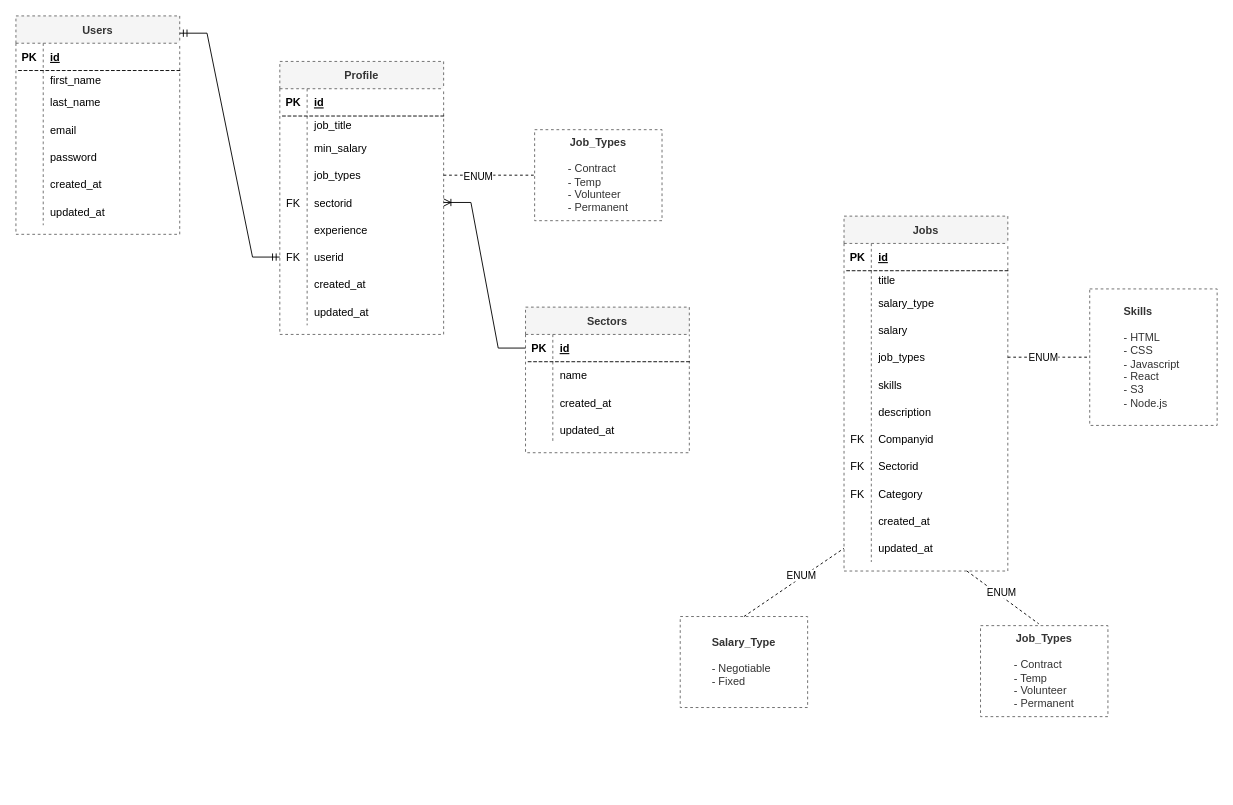
Earlier version of the draw.io diagram Untitled Diagram.drawio (Kascod/first-repo). Source tidied: cells renumbered, new cells numbered last; positions are measured from the earlier drawing's top-left corner, leaving out a move shared by most shapes. Both pictures are drawn from the tidied source at 91%, with x=0, y=0 at pixel (15, 15).
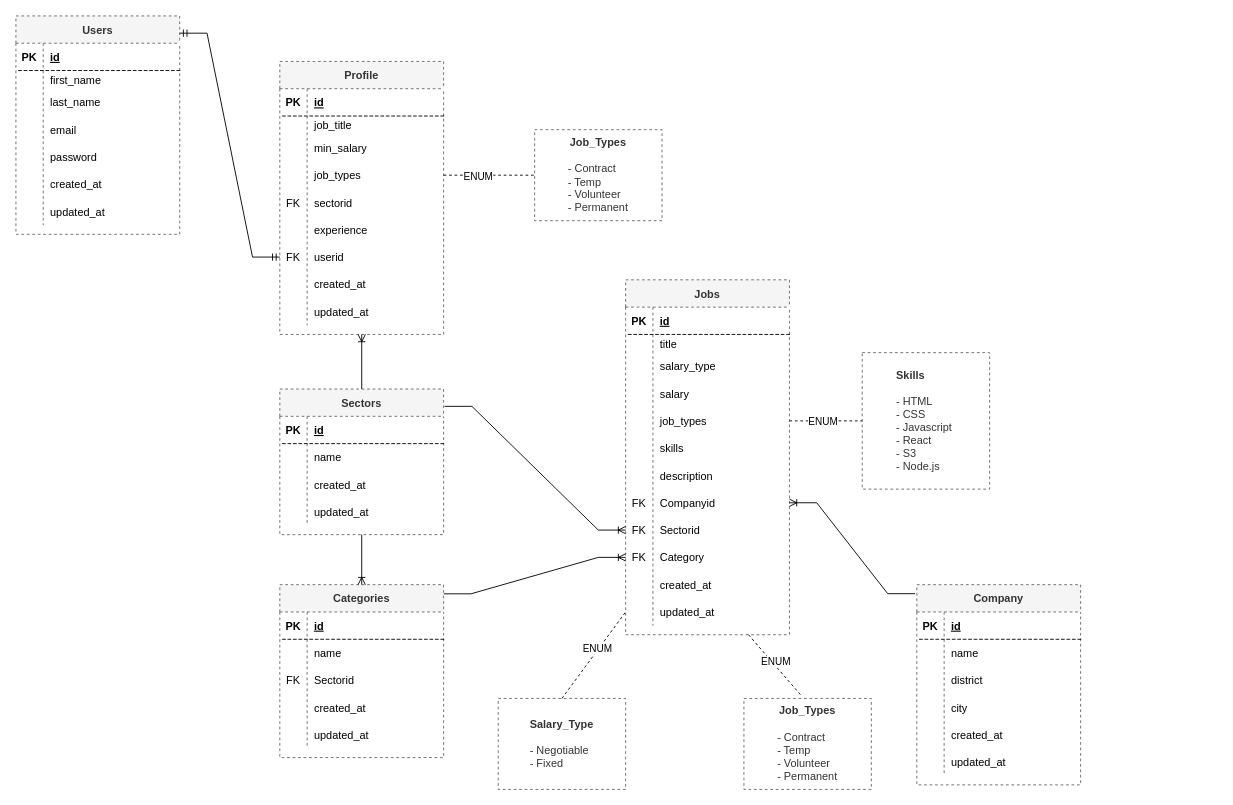
The same page after the edit.

The change refers to these unchanged cells:
```xml
<mxCell id="24" value="Profile" style="shape=table;startSize=30;childLayout=tableLayout;rowLines=0;fontStyle=1;align=center;dashed=1;fillColor=#f5f5f5;strokeColor=#666666;fontColor=#333333;" parent="1" vertex="1">
  <mxGeometry x="290" y="50" width="180" height="300" as="geometry" />
</mxCell>
<mxCell id="37" style="shape=tableRow;horizontal=0;startSize=0;swimlaneHead=0;swimlaneBody=0;fillColor=none;points=[[0,0.5],[1,0.5]];portConstraint=eastwest;top=0;left=0;right=0;bottom=0;dashed=1;" parent="24" vertex="1">
  <mxGeometry y="140" width="180" height="30" as="geometry" />
</mxCell>
<mxCell id="55" style="shape=tableRow;horizontal=0;startSize=0;swimlaneHead=0;swimlaneBody=0;fillColor=none;points=[[0,0.5],[1,0.5]];portConstraint=eastwest;top=0;left=0;right=0;bottom=1;dashed=1;" parent="54" vertex="1">
  <mxGeometry y="30" width="180" height="30" as="geometry" />
</mxCell>
<mxCell id="90" style="shape=tableRow;horizontal=0;startSize=0;swimlaneHead=0;swimlaneBody=0;fillColor=none;points=[[0,0.5],[1,0.5]];portConstraint=eastwest;top=0;left=0;right=0;bottom=0;dashed=1;" parent="68" vertex="1">
  <mxGeometry y="230" width="180" height="30" as="geometry" />
</mxCell>
<mxCell id="93" style="shape=tableRow;horizontal=0;startSize=0;swimlaneHead=0;swimlaneBody=0;fillColor=none;points=[[0,0.5],[1,0.5]];portConstraint=eastwest;top=0;left=0;right=0;bottom=0;dashed=1;" parent="68" vertex="1">
  <mxGeometry y="260" width="180" height="30" as="geometry" />
</mxCell>
<mxCell id="96" style="shape=tableRow;horizontal=0;startSize=0;swimlaneHead=0;swimlaneBody=0;fillColor=none;points=[[0,0.5],[1,0.5]];portConstraint=eastwest;top=0;left=0;right=0;bottom=0;dashed=1;" parent="68" vertex="1">
  <mxGeometry y="290" width="180" height="30" as="geometry" />
</mxCell>
```

The edit, as a diff of the source:
```diff
@@
     <mxCell id="54" value="Sectors" style="shape=table;startSize=30;childLayout=tableLayout;rowLines=0;fontStyle=1;align=center;dashed=1;fillColor=#f5f5f5;strokeColor=#666666;fontColor=#333333;" parent="1" vertex="1">
-      <mxGeometry x="560" y="320" width="180" height="160" as="geometry" />
+      <mxGeometry x="290" y="410" width="180" height="160" as="geometry" />
     </mxCell>
@@
-    <mxCell id="67" style="edgeStyle=entityRelationEdgeStyle;fontSize=12;html=1;endArrow=ERoneToMany;rounded=0;exitX=0;exitY=0.5;exitDx=0;exitDy=0;entryX=1;entryY=0.5;entryDx=0;entryDy=0;" parent="1" edge="1" source="55" target="37">
+    <mxCell id="67" style="fontSize=12;html=1;endArrow=ERoneToMany;rounded=0;exitX=0.5;exitY=0;exitDx=0;exitDy=0;entryX=0.5;entryY=1;entryDx=0;entryDy=0;" parent="1" edge="1" source="54" target="24">
       <mxGeometry relative="1" as="geometry" />
     </mxCell>
     <mxCell id="68" value="Jobs" style="shape=table;startSize=30;childLayout=tableLayout;rowLines=0;fontStyle=1;align=center;dashed=1;fillColor=#f5f5f5;strokeColor=#666666;fontColor=#333333;" parent="1" vertex="1">
-      <mxGeometry x="910" y="220" width="180" height="390" as="geometry" />
+      <mxGeometry x="670" y="290" width="180" height="390" as="geometry" />
     </mxCell>
@@
     <mxCell id="105" value="Job_Types&lt;br&gt;&lt;br&gt;&lt;div style=&quot;text-align: left;&quot;&gt;&lt;span style=&quot;font-weight: normal;&quot;&gt;- Contract&lt;/span&gt;&lt;/div&gt;&lt;span style=&quot;font-weight: normal;&quot;&gt;&lt;div style=&quot;text-align: left;&quot;&gt;- Temp&lt;/div&gt;&lt;div style=&quot;text-align: left;&quot;&gt;- Volunteer&lt;/div&gt;&lt;div style=&quot;text-align: left;&quot;&gt;- Permanent&lt;/div&gt;&lt;/span&gt;" style="whiteSpace=wrap;html=1;fillColor=#FFFFFF;strokeColor=#666666;fontColor=#333333;startSize=30;fontStyle=1;dashed=1;align=center;" parent="1" vertex="1">
-      <mxGeometry x="1060" y="670" width="140" height="100" as="geometry" />
+      <mxGeometry x="800" y="750" width="140" height="100" as="geometry" />
     </mxCell>
     <mxCell id="106" value="Salary_Type&lt;br&gt;&lt;br&gt;&lt;div style=&quot;text-align: left;&quot;&gt;&lt;span style=&quot;font-weight: normal;&quot;&gt;- Negotiable&lt;/span&gt;&lt;/div&gt;&lt;div style=&quot;text-align: left;&quot;&gt;&lt;span style=&quot;font-weight: normal;&quot;&gt;- Fixed&amp;nbsp;&lt;/span&gt;&lt;/div&gt;" style="whiteSpace=wrap;html=1;fillColor=#FFFFFF;strokeColor=#666666;fontColor=#333333;startSize=30;fontStyle=1;dashed=1;" parent="1" vertex="1">
-      <mxGeometry x="730" y="660" width="140" height="100" as="geometry" />
+      <mxGeometry x="530" y="750" width="140" height="100" as="geometry" />
     </mxCell>
     <mxCell id="107" value="&lt;div style=&quot;text-align: left;&quot;&gt;Skills&lt;/div&gt;&lt;div style=&quot;text-align: left;&quot;&gt;&lt;br&gt;&lt;/div&gt;&lt;span style=&quot;font-weight: normal;&quot;&gt;&lt;div style=&quot;text-align: left;&quot;&gt;- HTML&lt;/div&gt;&lt;div style=&quot;text-align: left;&quot;&gt;- CSS&amp;nbsp;&lt;/div&gt;&lt;div style=&quot;text-align: left;&quot;&gt;- Javascript&amp;nbsp;&lt;/div&gt;&lt;div style=&quot;text-align: left;&quot;&gt;- React&amp;nbsp;&lt;/div&gt;&lt;div style=&quot;text-align: left;&quot;&gt;- S3&amp;nbsp;&lt;/div&gt;&lt;div style=&quot;text-align: left;&quot;&gt;- Node.js&amp;nbsp;&lt;/div&gt;&lt;/span&gt;" style="whiteSpace=wrap;html=1;fillColor=#FFFFFF;strokeColor=#666666;fontColor=#333333;startSize=30;fontStyle=1;dashed=1;" parent="1" vertex="1">
-      <mxGeometry x="1180" y="300" width="140" height="150" as="geometry" />
+      <mxGeometry x="930" y="370" width="140" height="150" as="geometry" />
     </mxCell>
@@
+    <mxCell id="116" style="edgeStyle=entityRelationEdgeStyle;fontSize=12;html=1;endArrow=ERoneToMany;rounded=0;exitX=1.006;exitY=0.119;exitDx=0;exitDy=0;exitPerimeter=0;entryX=0;entryY=0.5;entryDx=0;entryDy=0;" parent="1" edge="1" source="54" target="93">
+      <mxGeometry relative="1" as="geometry" />
+    </mxCell>
+    <mxCell id="117" style="edgeStyle=entityRelationEdgeStyle;fontSize=12;html=1;endArrow=ERoneToMany;rounded=0;entryX=0;entryY=0.5;entryDx=0;entryDy=0;exitX=1;exitY=0.053;exitDx=0;exitDy=0;exitPerimeter=0;" parent="1" edge="1" source="118" target="96">
+      <mxGeometry relative="1" as="geometry" />
+    </mxCell>
+    <mxCell id="118" value="Categories" style="shape=table;startSize=30;childLayout=tableLayout;rowLines=0;fontStyle=1;align=center;dashed=1;fillColor=#f5f5f5;strokeColor=#666666;fontColor=#333333;" parent="1" vertex="1">
+      <mxGeometry x="290" y="625" width="180" height="190" as="geometry" />
+    </mxCell>
+    <mxCell id="119" style="shape=tableRow;horizontal=0;startSize=0;swimlaneHead=0;swimlaneBody=0;fillColor=none;top=0;left=0;right=0;bottom=1;dashed=1;" parent="118" vertex="1">
+      <mxGeometry y="30" width="180" height="30" as="geometry" />
+    </mxCell>
+    <mxCell id="120" value="PK" style="shape=partialRectangle;fillColor=none;top=0;left=0;bottom=0;right=0;fontStyle=1;overflow=hidden;dashed=1;" parent="119" vertex="1">
+      <mxGeometry width="30" height="30" as="geometry" />
+    </mxCell>
+    <mxCell id="121" value="id" style="shape=partialRectangle;fillColor=none;top=0;left=0;bottom=0;right=0;align=left;spacingLeft=6;fontStyle=5;overflow=hidden;dashed=1;" parent="119" vertex="1">
+      <mxGeometry x="30" width="150" height="30" as="geometry" />
+    </mxCell>
+    <mxCell id="122" style="shape=tableRow;horizontal=0;startSize=0;swimlaneHead=0;swimlaneBody=0;fillColor=none;top=0;left=0;right=0;bottom=0;dashed=1;" parent="118" vertex="1">
+      <mxGeometry y="60" width="180" height="30" as="geometry" />
+    </mxCell>
+    <mxCell id="123" style="shape=partialRectangle;fillColor=none;top=0;left=0;bottom=0;right=0;overflow=hidden;dashed=1;" parent="122" vertex="1">
+      <mxGeometry width="30" height="30" as="geometry" />
+    </mxCell>
+    <mxCell id="124" value="name" style="shape=partialRectangle;fillColor=none;top=0;left=0;bottom=0;right=0;align=left;spacingLeft=6;overflow=hidden;dashed=1;" parent="122" vertex="1">
+      <mxGeometry x="30" width="150" height="30" as="geometry" />
+    </mxCell>
+    <mxCell id="125" style="shape=tableRow;horizontal=0;startSize=0;swimlaneHead=0;swimlaneBody=0;fillColor=none;top=0;left=0;right=0;bottom=0;" parent="118" vertex="1">
+      <mxGeometry y="90" width="180" height="30" as="geometry" />
+    </mxCell>
+    <mxCell id="126" value="FK" style="shape=partialRectangle;fillColor=none;top=0;left=0;bottom=0;right=0;overflow=hidden;" parent="125" vertex="1">
+      <mxGeometry width="30" height="30" as="geometry" />
+    </mxCell>
+    <mxCell id="127" value="Sectorid" style="shape=partialRectangle;fillColor=none;top=0;left=0;bottom=0;right=0;align=left;spacingLeft=6;overflow=hidden;" parent="125" vertex="1">
+      <mxGeometry x="30" width="150" height="30" as="geometry" />
+    </mxCell>
+    <mxCell id="128" style="shape=tableRow;horizontal=0;startSize=0;swimlaneHead=0;swimlaneBody=0;fillColor=none;top=0;left=0;right=0;bottom=0;dashed=1;" parent="118" vertex="1">
+      <mxGeometry y="120" width="180" height="30" as="geometry" />
+    </mxCell>
+    <mxCell id="129" style="shape=partialRectangle;fillColor=none;top=0;left=0;bottom=0;right=0;overflow=hidden;dashed=1;" parent="128" vertex="1">
+      <mxGeometry width="30" height="30" as="geometry" />
+    </mxCell>
+    <mxCell id="130" value="created_at" style="shape=partialRectangle;fillColor=none;top=0;left=0;bottom=0;right=0;align=left;spacingLeft=6;overflow=hidden;dashed=1;" parent="128" vertex="1">
+      <mxGeometry x="30" width="150" height="30" as="geometry" />
+    </mxCell>
+    <mxCell id="131" style="shape=tableRow;horizontal=0;startSize=0;swimlaneHead=0;swimlaneBody=0;fillColor=none;top=0;left=0;right=0;bottom=0;dashed=1;" parent="118" vertex="1">
+      <mxGeometry y="150" width="180" height="30" as="geometry" />
+    </mxCell>
+    <mxCell id="132" style="shape=partialRectangle;fillColor=none;top=0;left=0;bottom=0;right=0;overflow=hidden;dashed=1;" parent="131" vertex="1">
+      <mxGeometry width="30" height="30" as="geometry" />
+    </mxCell>
+    <mxCell id="133" value="updated_at" style="shape=partialRectangle;fillColor=none;top=0;left=0;bottom=0;right=0;align=left;spacingLeft=6;overflow=hidden;dashed=1;" parent="131" vertex="1">
+      <mxGeometry x="30" width="150" height="30" as="geometry" />
+    </mxCell>
+    <mxCell id="134" style="fontSize=12;html=1;endArrow=ERoneToMany;rounded=0;entryX=0.5;entryY=0;entryDx=0;entryDy=0;exitX=0.5;exitY=1;exitDx=0;exitDy=0;" parent="1" edge="1" source="54" target="118">
+      <mxGeometry relative="1" as="geometry" />
+    </mxCell>
+    <mxCell id="135" value="Company" style="shape=table;startSize=30;childLayout=tableLayout;rowLines=0;fontStyle=1;align=center;dashed=1;fillColor=#f5f5f5;strokeColor=#666666;fontColor=#333333;" parent="1" vertex="1">
+      <mxGeometry x="990" y="625" width="180" height="220" as="geometry" />
+    </mxCell>
+    <mxCell id="136" style="shape=tableRow;horizontal=0;startSize=0;swimlaneHead=0;swimlaneBody=0;fillColor=none;top=0;left=0;right=0;bottom=1;dashed=1;" parent="135" vertex="1">
+      <mxGeometry y="30" width="180" height="30" as="geometry" />
+    </mxCell>
+    <mxCell id="137" value="PK" style="shape=partialRectangle;fillColor=none;top=0;left=0;bottom=0;right=0;fontStyle=1;overflow=hidden;dashed=1;" parent="136" vertex="1">
+      <mxGeometry width="30" height="30" as="geometry" />
+    </mxCell>
+    <mxCell id="138" value="id" style="shape=partialRectangle;fillColor=none;top=0;left=0;bottom=0;right=0;align=left;spacingLeft=6;fontStyle=5;overflow=hidden;dashed=1;" parent="136" vertex="1">
+      <mxGeometry x="30" width="150" height="30" as="geometry" />
+    </mxCell>
+    <mxCell id="139" style="shape=tableRow;horizontal=0;startSize=0;swimlaneHead=0;swimlaneBody=0;fillColor=none;top=0;left=0;right=0;bottom=0;dashed=1;" parent="135" vertex="1">
+      <mxGeometry y="60" width="180" height="30" as="geometry" />
+    </mxCell>
+    <mxCell id="140" style="shape=partialRectangle;fillColor=none;top=0;left=0;bottom=0;right=0;overflow=hidden;dashed=1;" parent="139" vertex="1">
+      <mxGeometry width="30" height="30" as="geometry" />
+    </mxCell>
+    <mxCell id="141" value="name" style="shape=partialRectangle;fillColor=none;top=0;left=0;bottom=0;right=0;align=left;spacingLeft=6;overflow=hidden;dashed=1;" parent="139" vertex="1">
+      <mxGeometry x="30" width="150" height="30" as="geometry" />
+    </mxCell>
+    <mxCell id="142" style="shape=tableRow;horizontal=0;startSize=0;swimlaneHead=0;swimlaneBody=0;fillColor=none;top=0;left=0;right=0;bottom=0;" parent="135" vertex="1">
+      <mxGeometry y="90" width="180" height="30" as="geometry" />
+    </mxCell>
+    <mxCell id="143" style="shape=partialRectangle;fillColor=none;top=0;left=0;bottom=0;right=0;overflow=hidden;" parent="142" vertex="1">
+      <mxGeometry width="30" height="30" as="geometry" />
+    </mxCell>
+    <mxCell id="144" value="district" style="shape=partialRectangle;fillColor=none;top=0;left=0;bottom=0;right=0;align=left;spacingLeft=6;overflow=hidden;" parent="142" vertex="1">
+      <mxGeometry x="30" width="150" height="30" as="geometry" />
+    </mxCell>
+    <mxCell id="145" style="shape=tableRow;horizontal=0;startSize=0;swimlaneHead=0;swimlaneBody=0;fillColor=none;top=0;left=0;right=0;bottom=0;" parent="135" vertex="1">
+      <mxGeometry y="120" width="180" height="30" as="geometry" />
+    </mxCell>
+    <mxCell id="146" style="shape=partialRectangle;fillColor=none;top=0;left=0;bottom=0;right=0;overflow=hidden;" parent="145" vertex="1">
+      <mxGeometry width="30" height="30" as="geometry" />
+    </mxCell>
+    <mxCell id="147" value="city" style="shape=partialRectangle;fillColor=none;top=0;left=0;bottom=0;right=0;align=left;spacingLeft=6;overflow=hidden;" parent="145" vertex="1">
+      <mxGeometry x="30" width="150" height="30" as="geometry" />
+    </mxCell>
+    <mxCell id="148" style="shape=tableRow;horizontal=0;startSize=0;swimlaneHead=0;swimlaneBody=0;fillColor=none;top=0;left=0;right=0;bottom=0;dashed=1;" parent="135" vertex="1">
+      <mxGeometry y="150" width="180" height="30" as="geometry" />
+    </mxCell>
+    <mxCell id="149" style="shape=partialRectangle;fillColor=none;top=0;left=0;bottom=0;right=0;overflow=hidden;dashed=1;" parent="148" vertex="1">
+      <mxGeometry width="30" height="30" as="geometry" />
+    </mxCell>
+    <mxCell id="150" value="created_at" style="shape=partialRectangle;fillColor=none;top=0;left=0;bottom=0;right=0;align=left;spacingLeft=6;overflow=hidden;dashed=1;" parent="148" vertex="1">
+      <mxGeometry x="30" width="150" height="30" as="geometry" />
+    </mxCell>
+    <mxCell id="151" style="shape=tableRow;horizontal=0;startSize=0;swimlaneHead=0;swimlaneBody=0;fillColor=none;top=0;left=0;right=0;bottom=0;dashed=1;" parent="135" vertex="1">
+      <mxGeometry y="180" width="180" height="30" as="geometry" />
+    </mxCell>
+    <mxCell id="152" style="shape=partialRectangle;fillColor=none;top=0;left=0;bottom=0;right=0;overflow=hidden;dashed=1;" parent="151" vertex="1">
+      <mxGeometry width="30" height="30" as="geometry" />
+    </mxCell>
+    <mxCell id="153" value="updated_at" style="shape=partialRectangle;fillColor=none;top=0;left=0;bottom=0;right=0;align=left;spacingLeft=6;overflow=hidden;dashed=1;" parent="151" vertex="1">
+      <mxGeometry x="30" width="150" height="30" as="geometry" />
+    </mxCell>
+    <mxCell id="154" style="edgeStyle=entityRelationEdgeStyle;fontSize=12;html=1;endArrow=ERoneToMany;rounded=0;exitX=-0.011;exitY=0.045;exitDx=0;exitDy=0;exitPerimeter=0;entryX=1;entryY=0.5;entryDx=0;entryDy=0;" parent="1" edge="1" source="135" target="90">
+      <mxGeometry relative="1" as="geometry" />
+    </mxCell>
```
